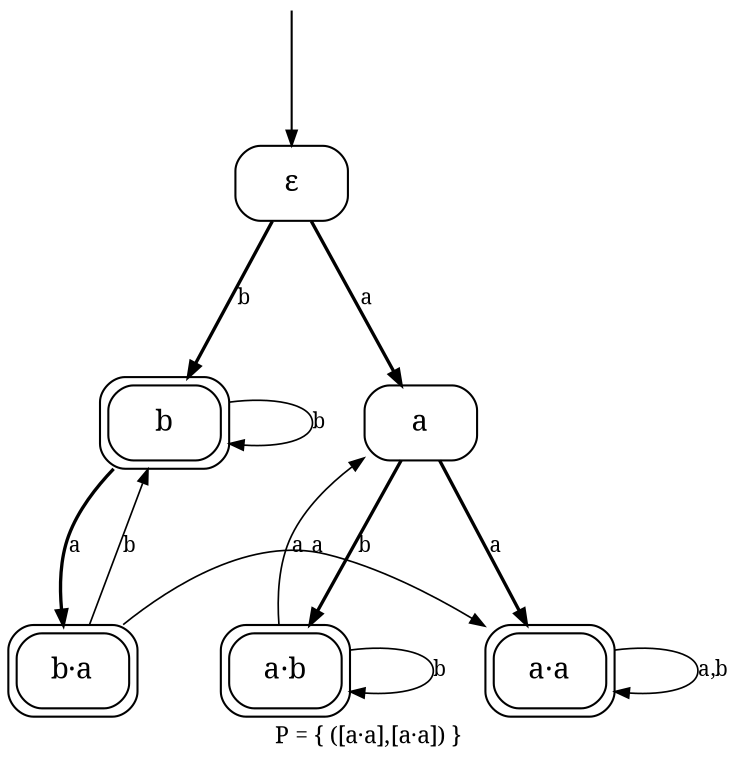
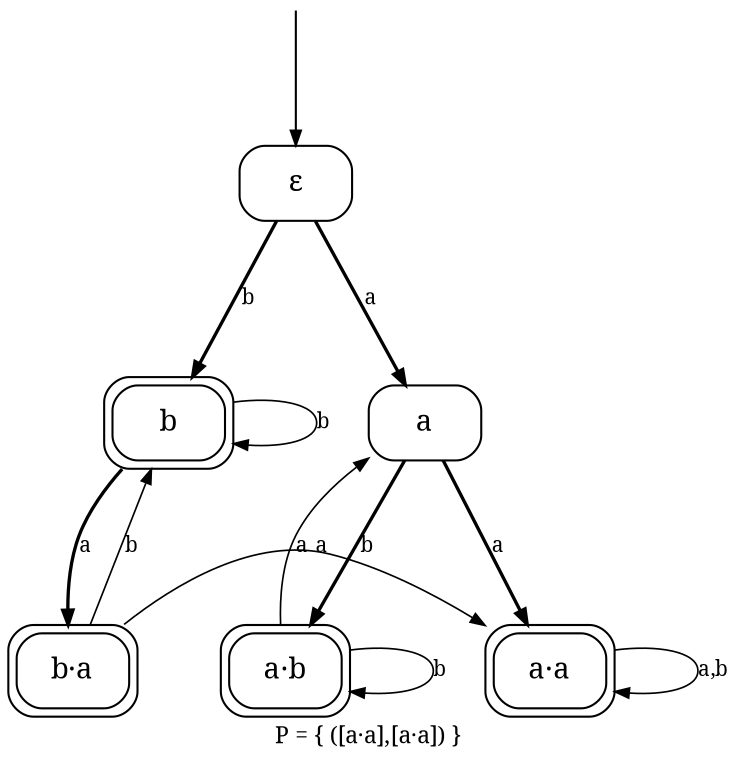
// sos2cayley gf_aa.sos --rename a=a,!a=b
digraph core_F1_gf_aa {
  rankdir=TB;
  ranksep=0.87; nodesep=0.55;
  node [shape=box, style=rounded, fontname="serif", margin="0.06,0.03"];
  edge [fontname="serif", fontsize=10, arrowsize=0.7];
  label="P = { ([a·a],[a·a]) }"; labelloc="b"; labeljust="c";
  fontname="serif"; fontsize=11;

  eps [label="ε"];
  a [label="a"];
  b [label="b", peripheries=2];
  aa [label="a·a", peripheries=2];
  ab [label="a·b", peripheries=2];
  ba [label="b·a", peripheries=2];
  _init [shape=none, label="", width=0.02, height=0.02];
  _init -> eps;

  { rank=same; eps; }
  { rank=same; a b; }
  { rank=same; aa ab ba; }

-   eps -> a [label="a", penwidth=1.6];
-   eps -> b [label="b", penwidth=1.6];
-   a -> aa [label="a", penwidth=1.6];
-   a -> ab [label="b", penwidth=1.6];
-   b -> ba [label="a", penwidth=1.6];
-   b -> b [label="b", penwidth=0.8];
-   aa -> aa [label="a,b", penwidth=0.8];
-   ab -> a [label="a", penwidth=0.8];
-   ab -> ab [label="b", penwidth=0.8];
-   ba -> aa [label="a", penwidth=0.8];
-   ba -> b [label="b", penwidth=0.8];
+   eps -> a [label="a", penwidth=1.6, weight=10];
+   eps -> b [label="b", penwidth=1.6, weight=10];
+   a -> aa [label="a", penwidth=1.6, weight=3];
+   a -> ab [label="b", penwidth=1.6, weight=3];
+   b -> ba [label="a", penwidth=1.6, weight=3];
+   b -> b [label="b", penwidth=0.8, weight=1];
+   aa -> aa [label="a,b", penwidth=0.8, weight=1];
+   ab -> a [label="a", penwidth=0.8, weight=1];
+   ab -> ab [label="b", penwidth=0.8, weight=1];
+   ba -> aa [label="a", penwidth=0.8, weight=1];
+   ba -> b [label="b", penwidth=0.8, weight=1];
}
